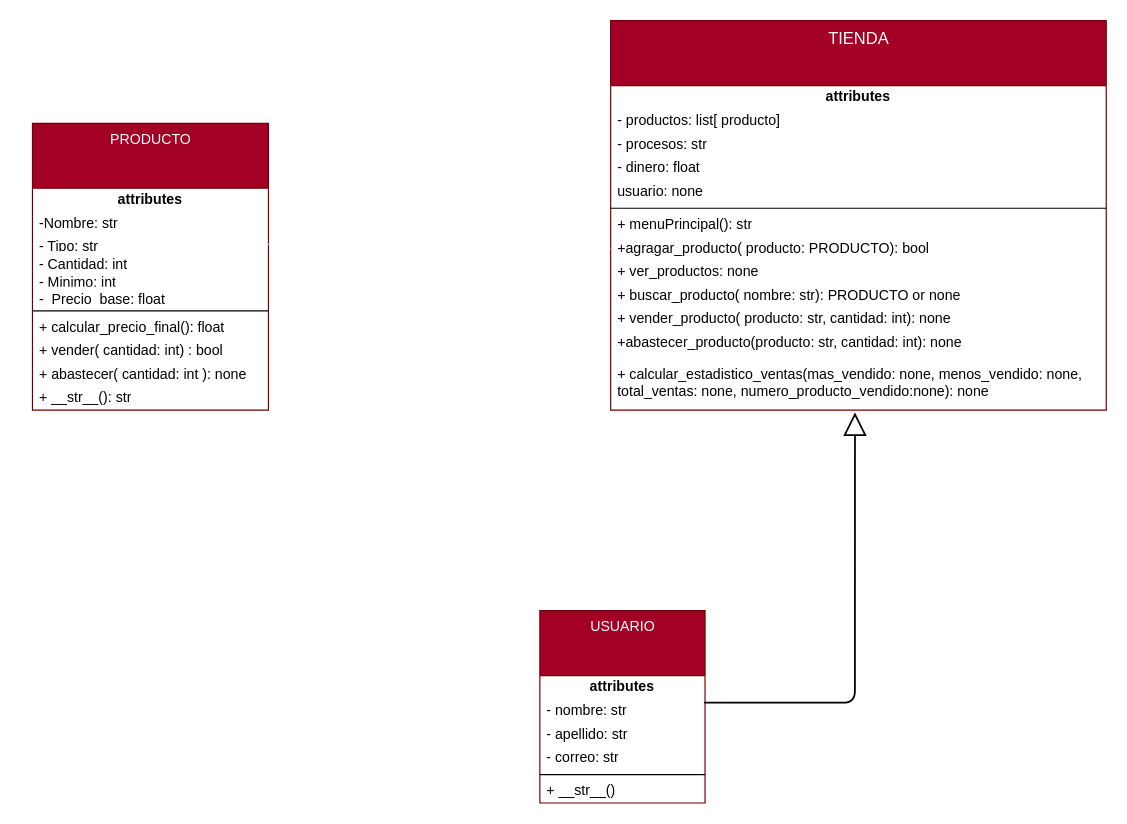
Before: uml.drawio in jeankevin0111/Tarea_De_POO_GRUP3, a draw.io diagram. Source tidied: cells renumbered, new cells numbered last; positions are measured from the earlier drawing's top-left corner, leaving out a move shared by most shapes. Both pictures are drawn from the tidied source at 118%, with x=0, y=0 at pixel (32, 20).
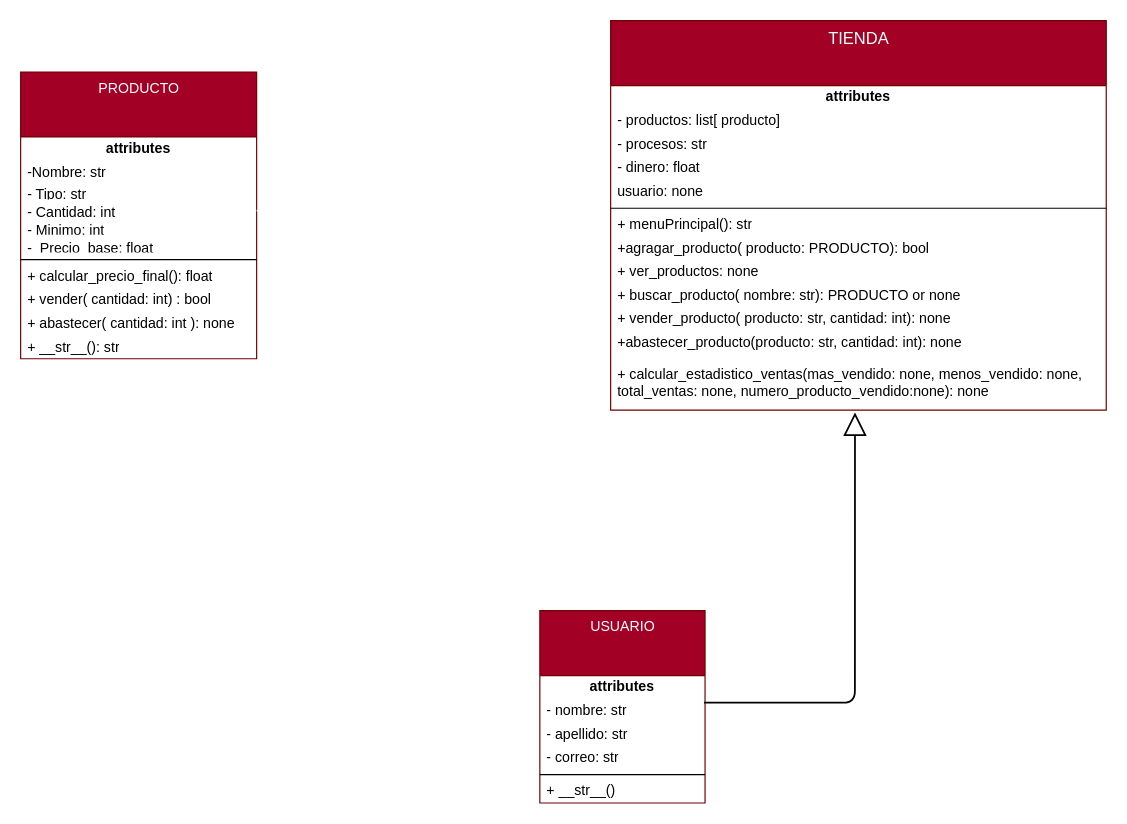
The same page after the edit.

The change refers to these unchanged cells:
```xml
<mxCell id="5" value="- Tipo: str" style="text;html=1;strokeColor=none;fillColor=none;align=left;verticalAlign=middle;spacingLeft=4;spacingRight=4;overflow=hidden;points=[[0,0.5],[1,0.5]];portConstraint=eastwest;" parent="2" vertex="1">
  <mxGeometry y="95" width="200" height="15" as="geometry" />
</mxCell>
<mxCell id="6" value="- Cantidad: int&amp;nbsp;" style="text;html=1;strokeColor=none;fillColor=none;align=left;verticalAlign=middle;spacingLeft=4;spacingRight=4;overflow=hidden;points=[[0,0.5],[1,0.5]];portConstraint=eastwest;" parent="2" vertex="1">
  <mxGeometry y="110" width="200" height="15" as="geometry" />
</mxCell>
<mxCell id="21" value="+ menuPrincipal(): str" style="text;html=1;strokeColor=none;fillColor=none;align=left;verticalAlign=middle;spacingLeft=4;spacingRight=4;overflow=hidden;points=[[0,0.5],[1,0.5]];portConstraint=eastwest;fontSize=12;" parent="14" vertex="1">
  <mxGeometry y="163" width="420" height="20" as="geometry" />
</mxCell>
<mxCell id="22" value="+agragar_producto( producto: PRODUCTO): bool" style="text;html=1;strokeColor=none;fillColor=none;align=left;verticalAlign=middle;spacingLeft=4;spacingRight=4;overflow=hidden;points=[[0,0.5],[1,0.5]];portConstraint=eastwest;fontSize=12;" parent="14" vertex="1">
  <mxGeometry y="183" width="420" height="20" as="geometry" />
</mxCell>
```

The edit, as a diff of the source:
```diff
@@
     <mxCell id="2" value="PRODUCTO&lt;br&gt;" style="swimlane;fontStyle=0;align=center;verticalAlign=top;horizontal=1;startSize=55;html=1;fillColor=#a20025;fontColor=#ffffff;strokeColor=#6F0000;" parent="1" vertex="1">
-      <mxGeometry y="87" width="200" height="243" as="geometry" />
+      <mxGeometry x="-10" y="43.5" width="200" height="243" as="geometry" />
     </mxCell>
@@
-    <mxCell id="28" style="edgeStyle=none;html=1;exitX=1;exitY=0.5;exitDx=0;exitDy=0;entryX=0;entryY=0.5;entryDx=0;entryDy=0;endArrow=diamond;endFill=1;strokeWidth=1.5;strokeColor=#FFFFFF;endSize=16;" parent="1" edge="1" source="5" target="22">
+    <mxCell id="28" style="edgeStyle=none;html=1;entryX=-0.005;entryY=-0.1;entryDx=0;entryDy=0;endArrow=diamond;endFill=1;strokeWidth=1.5;strokeColor=#FFFFFF;endSize=16;startSize=10;jumpSize=4;entryPerimeter=0;exitX=1;exitY=0.5;exitDx=0;exitDy=0;" parent="1" edge="1" source="6" target="21">
       <mxGeometry relative="1" as="geometry" />
     </mxCell>
```
